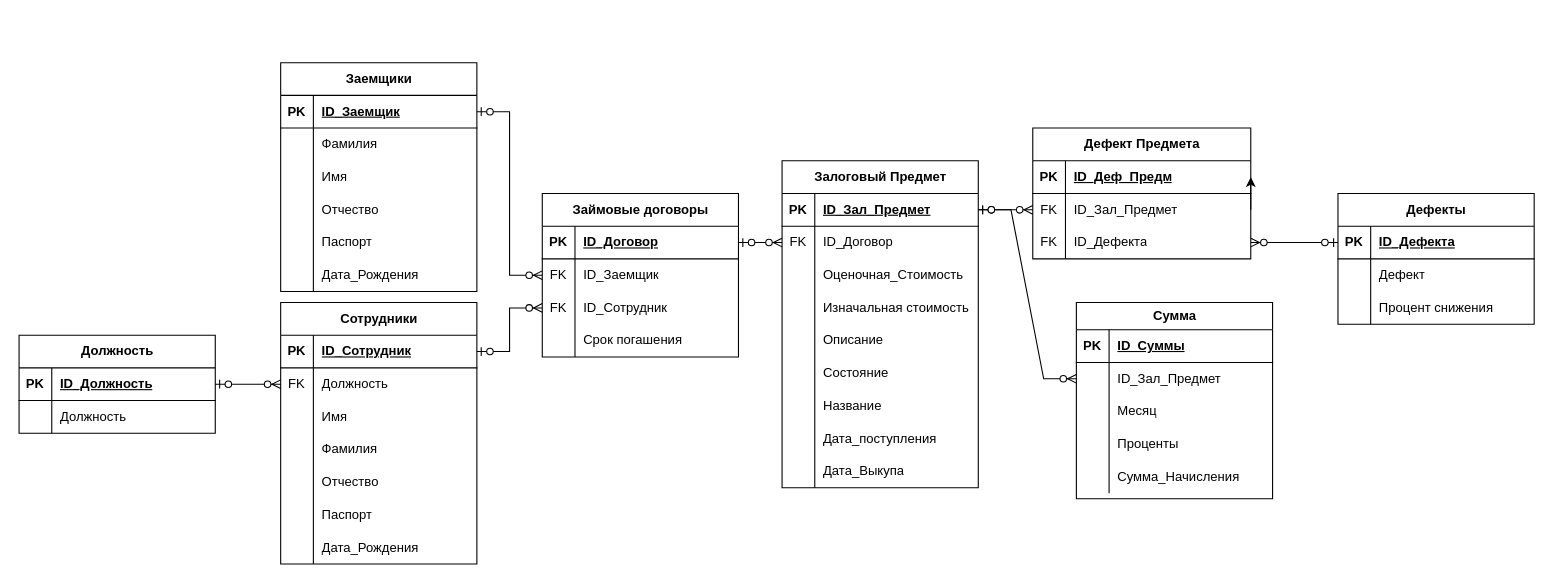
This is bsbd.drawio from 1DeMeNToR1/RocketModUpdater_32, a draw.io file, before an edit. Source tidied: cells renumbered, new cells numbered last; positions are measured from the earlier drawing's top-left corner, leaving out a move shared by most shapes. Both pictures are drawn from the tidied source at 109%, with x=0, y=0 at pixel (19, 62).
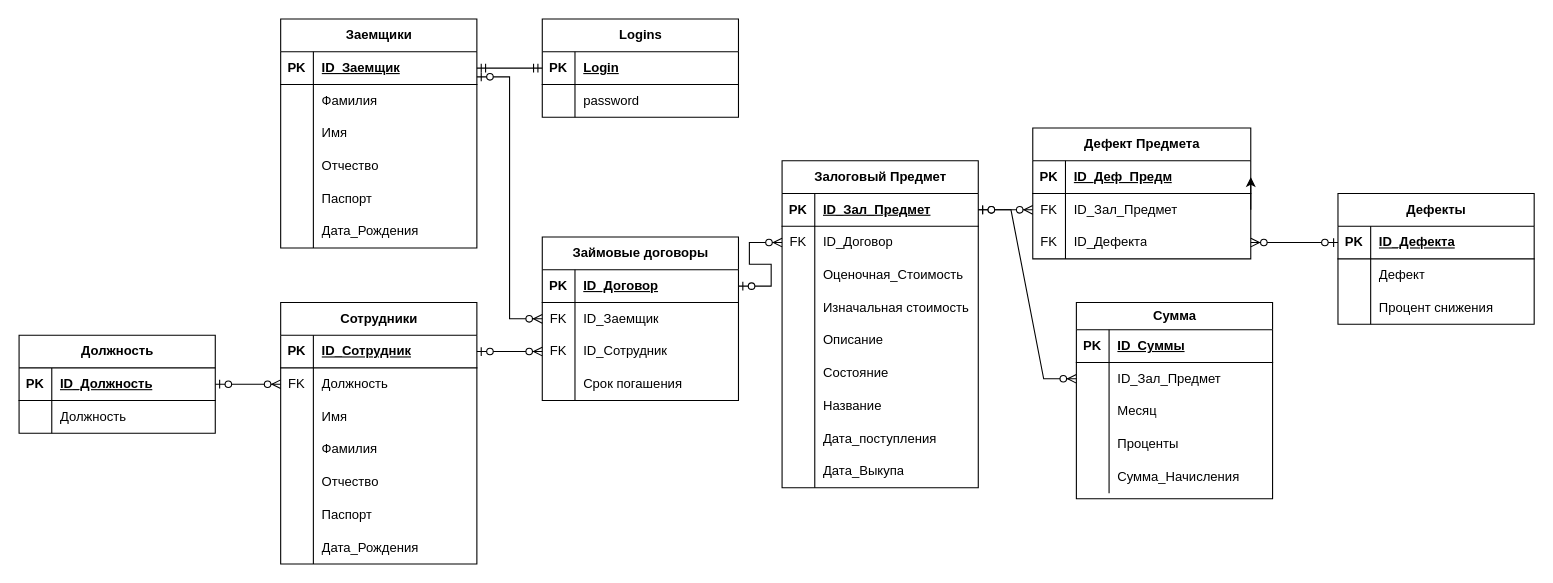
Above is the later version.

The change refers to these unchanged cells:
```xml
<mxCell id="3" style="shape=tableRow;horizontal=0;startSize=0;swimlaneHead=0;swimlaneBody=0;fillColor=none;points=[[0,0.5],[1,0.5]];portConstraint=eastwest;top=0;left=0;right=0;bottom=1;" parent="2" vertex="1">
  <mxGeometry y="30" width="180" height="30" as="geometry" />
</mxCell>
<mxCell id="48" style="shape=tableRow;horizontal=0;startSize=0;swimlaneHead=0;swimlaneBody=0;fillColor=none;points=[[0,0.5],[1,0.5]];portConstraint=eastwest;top=0;left=0;right=0;bottom=0;" parent="44" vertex="1">
  <mxGeometry y="60" width="180" height="30" as="geometry" />
</mxCell>
```

What changed in the source:
```diff
@@
     <mxCell id="2" value="Заемщики" style="shape=table;startSize=30;childLayout=tableLayout;rowLines=0;fontStyle=1;align=center;html=1;" parent="1" vertex="1">
-      <mxGeometry x="240" width="180" height="210" as="geometry" />
+      <mxGeometry x="240" y="-40" width="180" height="210" as="geometry" />
     </mxCell>
@@
     <mxCell id="44" value="Займовые договоры" style="shape=table;startSize=30;childLayout=tableLayout;rowLines=0;fontStyle=1;align=center;html=1;" parent="1" vertex="1">
-      <mxGeometry x="480" y="120" width="180" height="150" as="geometry" />
+      <mxGeometry x="480" y="160" width="180" height="150" as="geometry" />
     </mxCell>
@@
-    <mxCell id="57" style="edgeStyle=entityRelationEdgeStyle;fontSize=12;html=1;endArrow=ERzeroToMany;startArrow=ERzeroToOne;rounded=0;exitX=1;exitY=0.5;exitDx=0;exitDy=0;" parent="1" edge="1" source="3" target="48">
-      <mxGeometry relative="1" as="geometry" />
+    <mxCell id="57" style="edgeStyle=entityRelationEdgeStyle;fontSize=12;html=1;endArrow=ERzeroToMany;startArrow=ERzeroToOne;rounded=0;" parent="1" edge="1" target="48">
+      <mxGeometry relative="1" as="geometry">
+        <mxPoint x="420" y="13" as="sourcePoint" />
+      </mxGeometry>
     </mxCell>
@@
+    <mxCell id="135" value="Logins" style="shape=table;startSize=30;childLayout=tableLayout;rowLines=0;fontStyle=1;align=center;html=1;" parent="1" vertex="1">
+      <mxGeometry x="480" y="-40" width="180" height="90" as="geometry" />
+    </mxCell>
+    <mxCell id="136" style="shape=tableRow;horizontal=0;startSize=0;swimlaneHead=0;swimlaneBody=0;fillColor=none;points=[[0,0.5],[1,0.5]];portConstraint=eastwest;top=0;left=0;right=0;bottom=1;" parent="135" vertex="1">
+      <mxGeometry y="30" width="180" height="30" as="geometry" />
+    </mxCell>
+    <mxCell id="137" value="PK" style="shape=partialRectangle;fillColor=none;top=0;left=0;bottom=0;right=0;fontStyle=1;overflow=hidden;whiteSpace=wrap;html=1;" parent="136" vertex="1">
+      <mxGeometry width="30" height="30" as="geometry" />
+    </mxCell>
+    <mxCell id="138" value="Login" style="shape=partialRectangle;fillColor=none;top=0;left=0;bottom=0;right=0;align=left;spacingLeft=6;fontStyle=5;overflow=hidden;whiteSpace=wrap;html=1;" parent="136" vertex="1">
+      <mxGeometry x="30" width="150" height="30" as="geometry" />
+    </mxCell>
+    <mxCell id="139" style="shape=tableRow;horizontal=0;startSize=0;swimlaneHead=0;swimlaneBody=0;fillColor=none;top=0;left=0;right=0;bottom=0;" parent="135" vertex="1">
+      <mxGeometry y="60" width="180" height="30" as="geometry" />
+    </mxCell>
+    <mxCell id="140" style="shape=partialRectangle;fillColor=none;top=0;left=0;bottom=0;right=0;overflow=hidden;whiteSpace=wrap;html=1;" parent="139" vertex="1">
+      <mxGeometry width="30" height="30" as="geometry" />
+    </mxCell>
+    <mxCell id="141" value="password" style="shape=partialRectangle;fillColor=none;top=0;left=0;bottom=0;right=0;align=left;spacingLeft=6;overflow=hidden;whiteSpace=wrap;html=1;" parent="139" vertex="1">
+      <mxGeometry x="30" width="150" height="30" as="geometry" />
+    </mxCell>
+    <mxCell id="142" style="edgeStyle=entityRelationEdgeStyle;fontSize=12;html=1;endArrow=ERmandOne;startArrow=ERmandOne;rounded=0;entryX=1;entryY=0.5;entryDx=0;entryDy=0;" parent="1" edge="1" source="136" target="3">
+      <mxGeometry relative="1" as="geometry" />
+    </mxCell>
```
